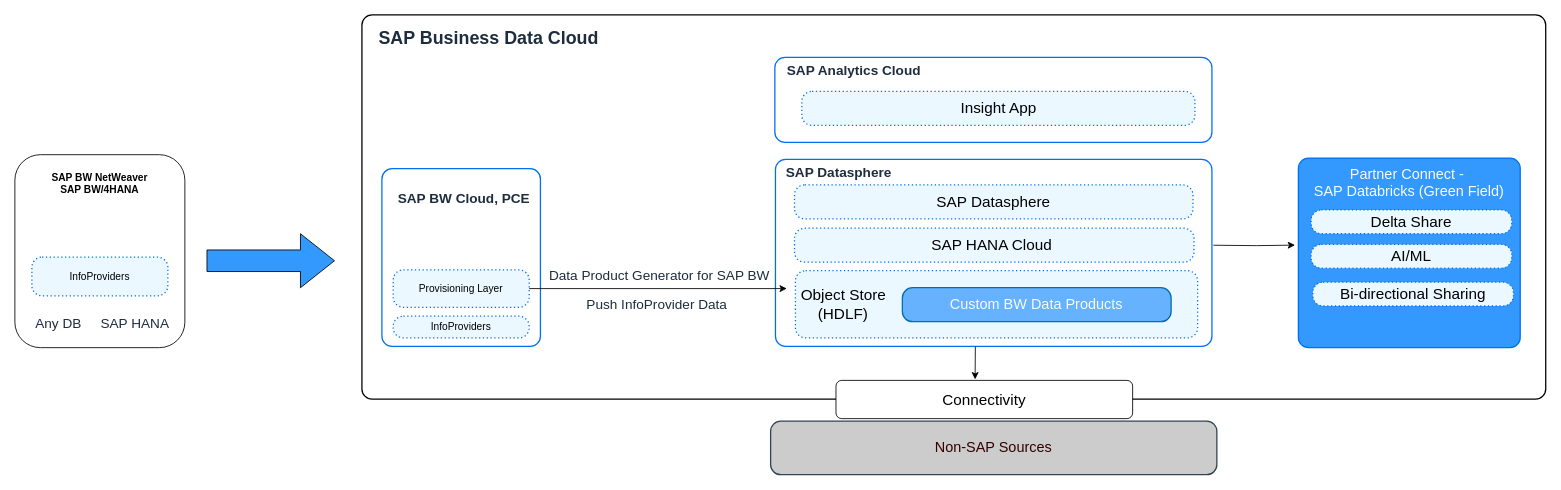
Before: docs/ref-arch/RA0013/1-modernizing-sap-business-warehouse-with-sap-business-data-cloud/drawio/bwpce-sapbdc.drawio in SAP/architecture-center, a draw.io diagram. Source tidied: cells renumbered, new cells numbered last; positions are measured from the earlier drawing's top-left corner, leaving out a move shared by most shapes. Both pictures are drawn from the tidied source at 85%, with x=0, y=0 at pixel (14, 14).
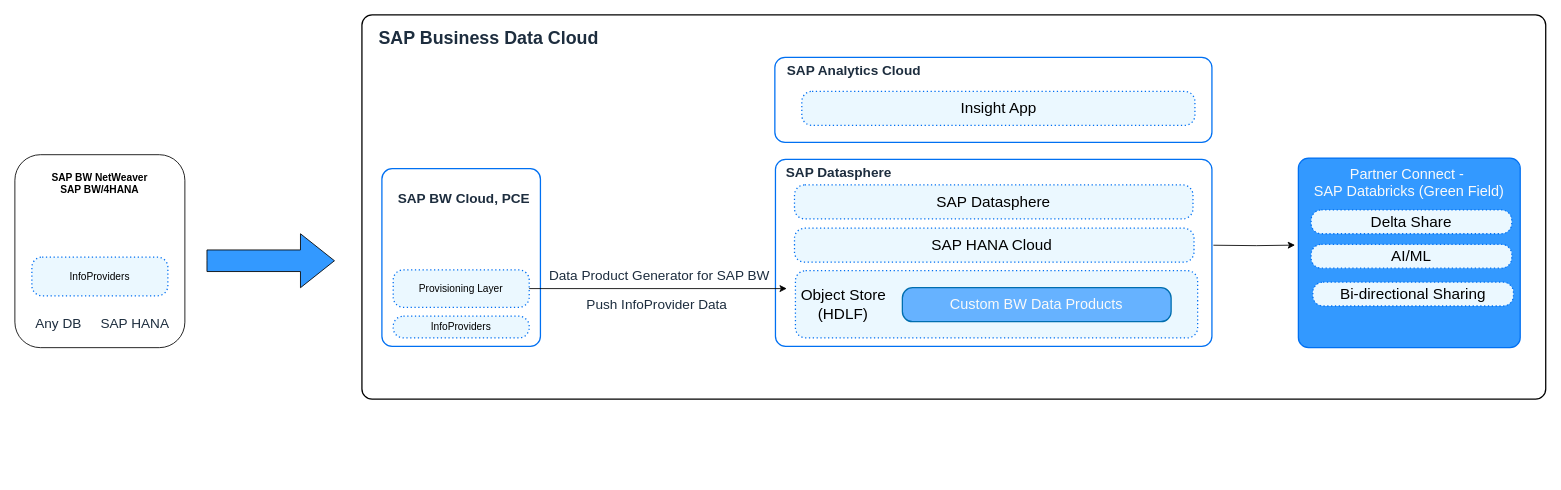
The same page after the edit.

The change refers to these unchanged cells:
```xml
<mxCell id="8" style="rounded=1;whiteSpace=wrap;html=1;strokeColor=#0070F2;fillColor=#ffffff;arcSize=24;absoluteArcSize=1;imageWidth=64;imageHeight=64;strokeWidth=1.5;" parent="1" vertex="1">
  <mxGeometry x="894.8" y="170" width="513.5" height="220" as="geometry" />
</mxCell>
```

Change to the diagram source:
```diff
@@
-    <mxCell id="30" value="&lt;div&gt;&lt;div&gt;&lt;font style=&quot;font-size: 17px; color: light-dark(rgb(51, 0, 0), rgb(237, 237, 237));&quot;&gt;Non-SAP Sources&lt;/font&gt;&lt;/div&gt;&lt;/div&gt;" style="rounded=1;whiteSpace=wrap;html=1;strokeColor=#314354;fillColor=#CCCCCC;arcSize=24;absoluteArcSize=1;imageWidth=64;imageHeight=64;strokeWidth=1.5;fontColor=#ffffff;" parent="1" vertex="1">
-      <mxGeometry x="889.1" y="478" width="525" height="63" as="geometry" />
-    </mxCell>
-    <mxCell id="31" value="&lt;font style=&quot;font-size: 18px;&quot;&gt;Connectivity&lt;/font&gt;" style="rounded=1;whiteSpace=wrap;html=1;" parent="1" vertex="1">
-      <mxGeometry x="966" y="430" width="349" height="45" as="geometry" />
-    </mxCell>
-    <mxCell id="32" style="edgeStyle=orthogonalEdgeStyle;rounded=0;jettySize=auto;html=1;entryX=0.469;entryY=-0.027;entryDx=0;entryDy=0;entryPerimeter=0;exitX=0.458;exitY=1.001;exitDx=0;exitDy=0;exitPerimeter=0;" parent="1" edge="1" source="8" target="31">
-      <mxGeometry relative="1" as="geometry" />
-    </mxCell>
```
